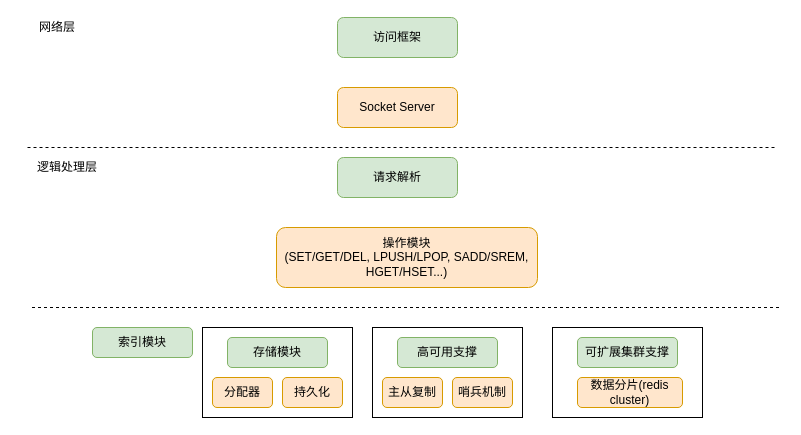
checkking/diagrams keeps this draw.io diagram as redis_arch.drawio. Above is the earlier version. Source tidied: cells renumbered, new cells numbered last; positions are measured from the earlier drawing's top-left corner, leaving out a move shared by most shapes. Both pictures are drawn from the tidied source at 100%, with x=0, y=0 at pixel (27, 17).
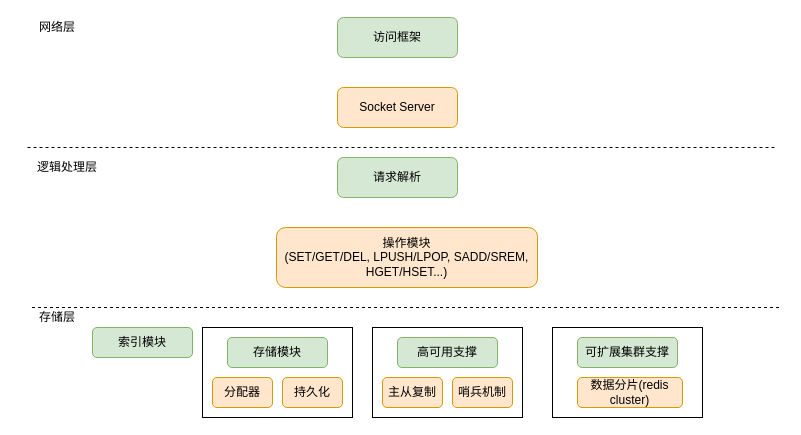
After the change.

The edit, as a diff of the source:
```diff
@@
+    <mxCell id="22" value="存储层" style="text;html=1;strokeColor=none;fillColor=none;align=center;verticalAlign=middle;whiteSpace=wrap;rounded=0;" parent="1" vertex="1">
+      <mxGeometry x="-10" y="290" width="80" height="20" as="geometry" />
+    </mxCell>
```
